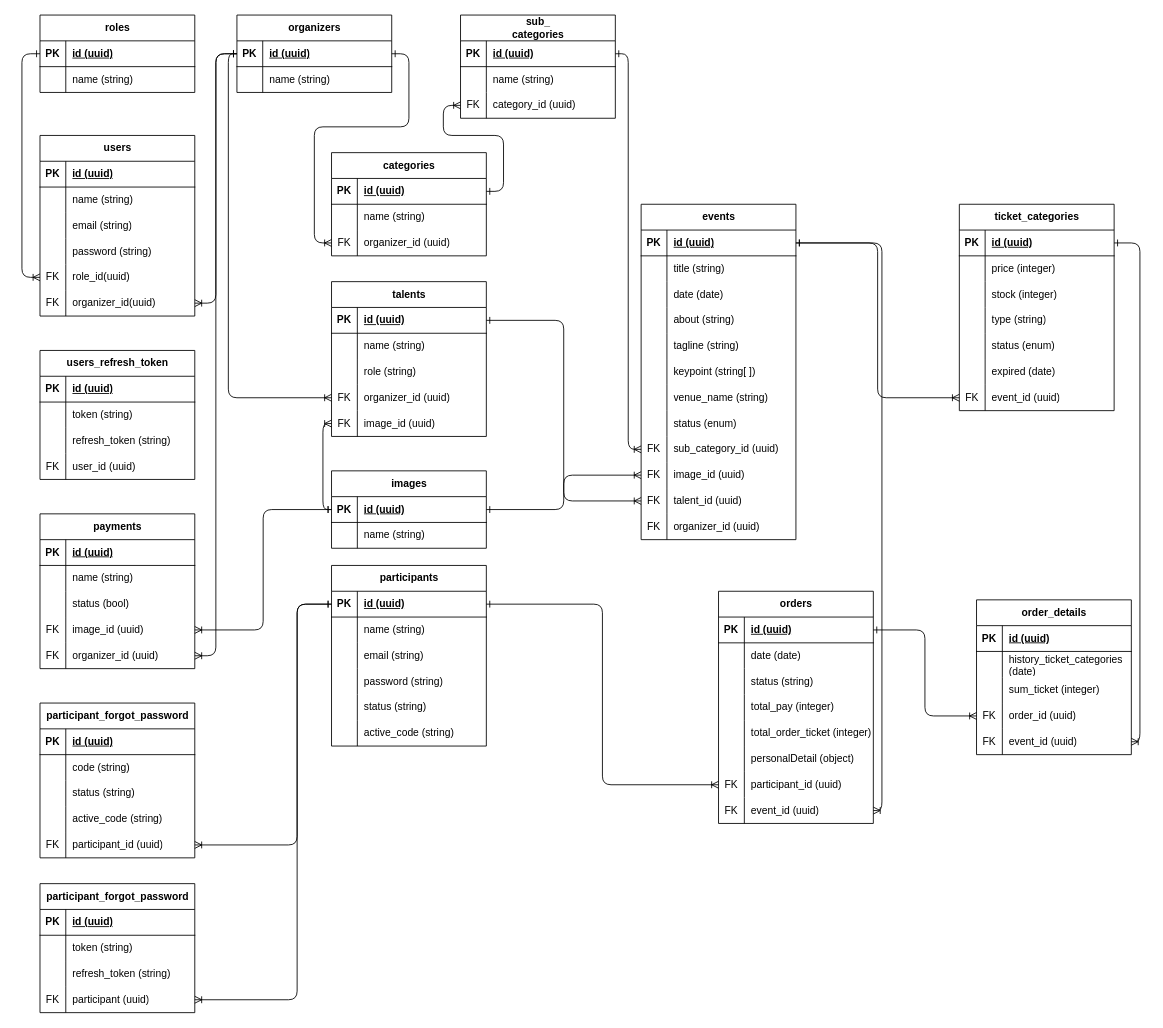
Earlier version of the draw.io diagram Semina.drawio (Putuagra/Semina). Source tidied: cells renumbered, new cells numbered last; positions are measured from the earlier drawing's top-left corner, leaving out a move shared by most shapes. Both pictures are drawn from the tidied source at 86%, with x=0, y=0 at pixel (22, 15).
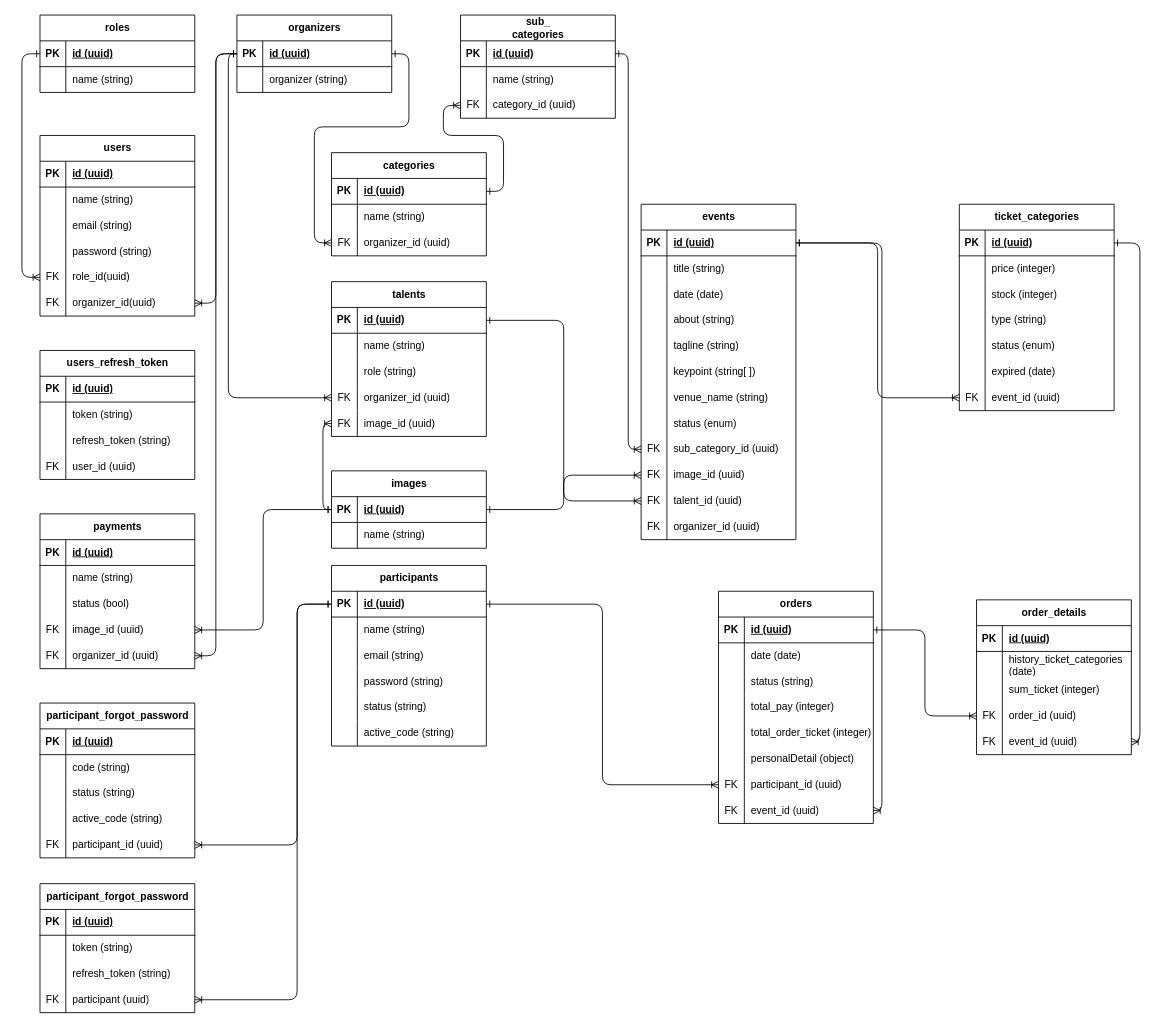
Above is the later version.

Unchanged cells that the change refers to:
```xml
<mxCell id="32" style="shape=tableRow;horizontal=0;startSize=0;swimlaneHead=0;swimlaneBody=0;fillColor=none;top=0;left=0;right=0;bottom=0;" parent="28" vertex="1">
  <mxGeometry y="60" width="180" height="30" as="geometry" />
</mxCell>
```

The edit, as a diff of the source:
```diff
@@
-    <mxCell id="34" value="name (string)" style="shape=partialRectangle;fillColor=none;top=0;left=0;bottom=0;right=0;align=left;spacingLeft=6;overflow=hidden;whiteSpace=wrap;html=1;" parent="32" vertex="1">
+    <mxCell id="34" value="organizer (string)" style="shape=partialRectangle;fillColor=none;top=0;left=0;bottom=0;right=0;align=left;spacingLeft=6;overflow=hidden;whiteSpace=wrap;html=1;" parent="32" vertex="1">
       <mxGeometry x="30" width="150" height="30" as="geometry" />
     </mxCell>
```
